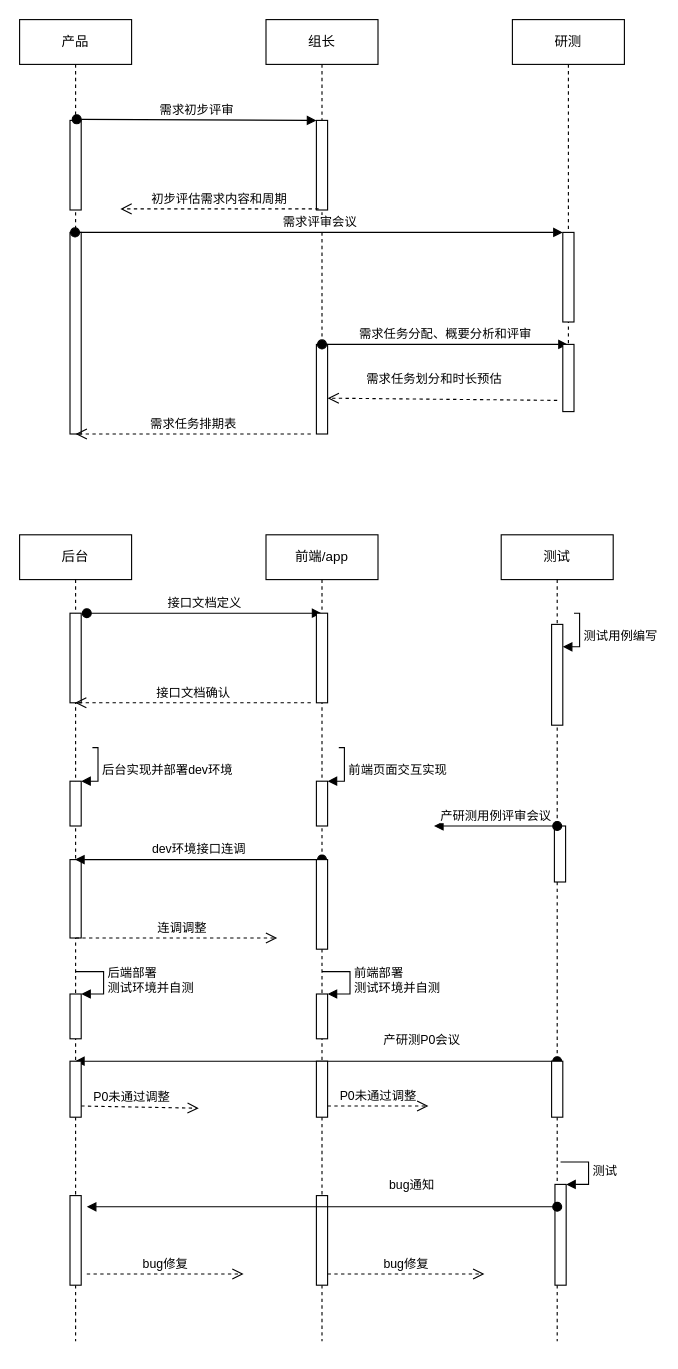
Before: 研发流程.drawio in MAXAmbitious/designer, a draw.io diagram. Source tidied: cells renumbered, new cells numbered last; positions are measured from the earlier drawing's top-left corner, leaving out a move shared by most shapes. Both pictures are drawn from the tidied source at 112%, with x=0, y=0 at pixel (19, 19).
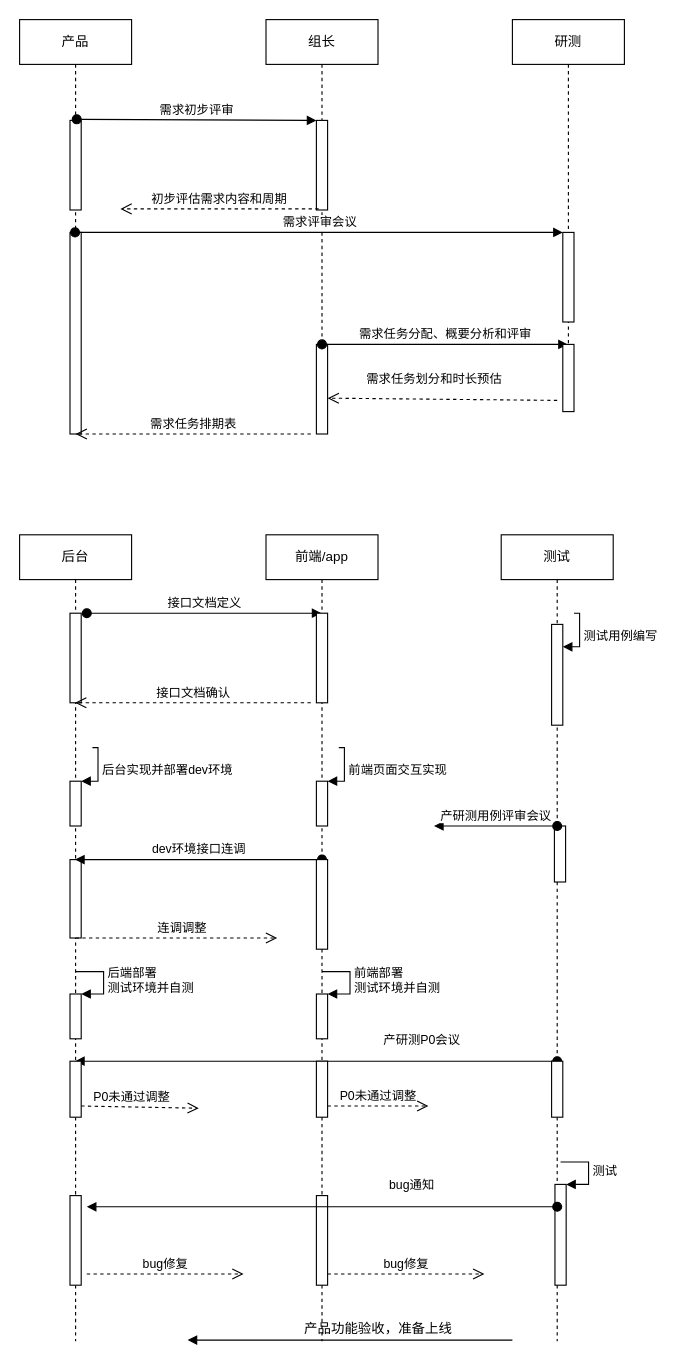
The same page after the edit.

The edit, as a diff of the source:
```diff
@@
+    <mxCell id="53" value="产品功能验收，准备上线" style="text;html=1;align=center;verticalAlign=middle;" parent="1" vertex="1">
+      <mxGeometry x="245" y="1159" width="150" height="20" as="geometry" />
+    </mxCell>
+    <mxCell id="54" style="endArrow=block;endFill=1;html=1;edgeStyle=orthogonalEdgeStyle;align=left;verticalAlign=top;" parent="1" edge="1">
+      <mxGeometry x="-1" relative="1" as="geometry">
+        <mxPoint x="440" y="1179" as="sourcePoint" />
+        <mxPoint x="150" y="1179" as="targetPoint" />
+      </mxGeometry>
+    </mxCell>
```
